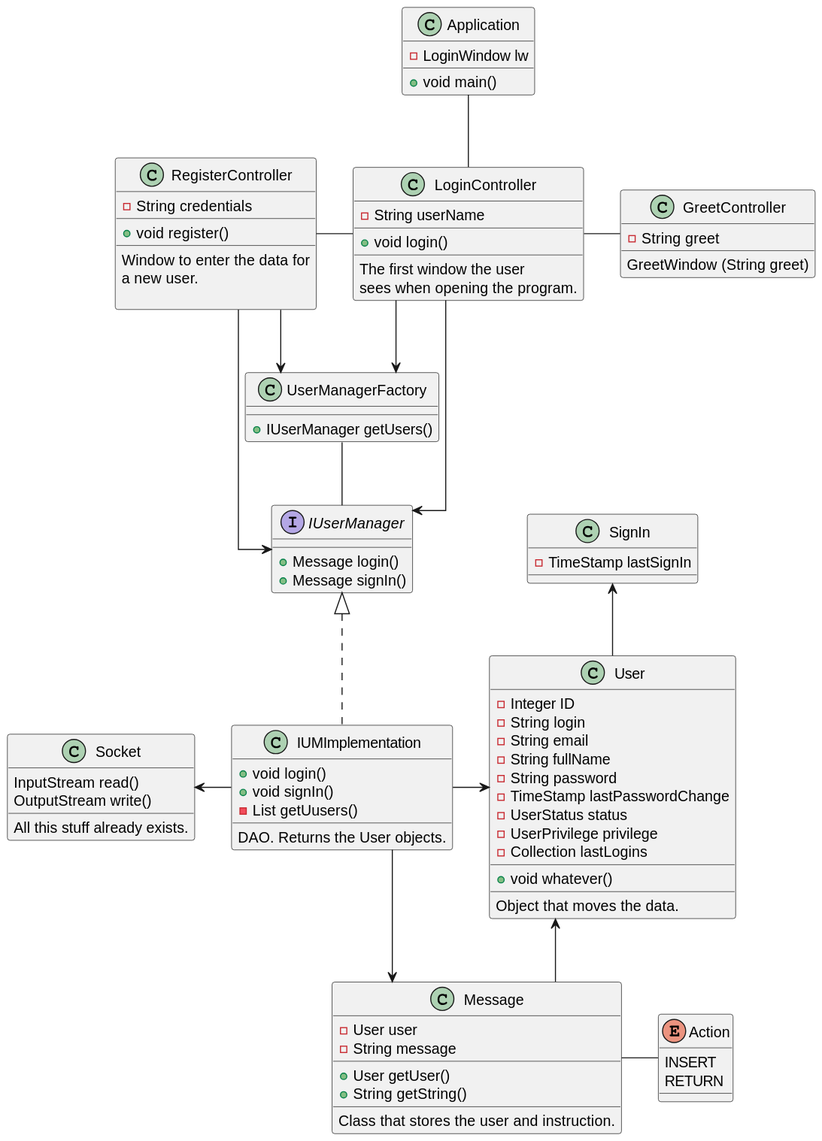
Earlier version of the PlantUML export uml/client.svg (optickx/ClientReto1).
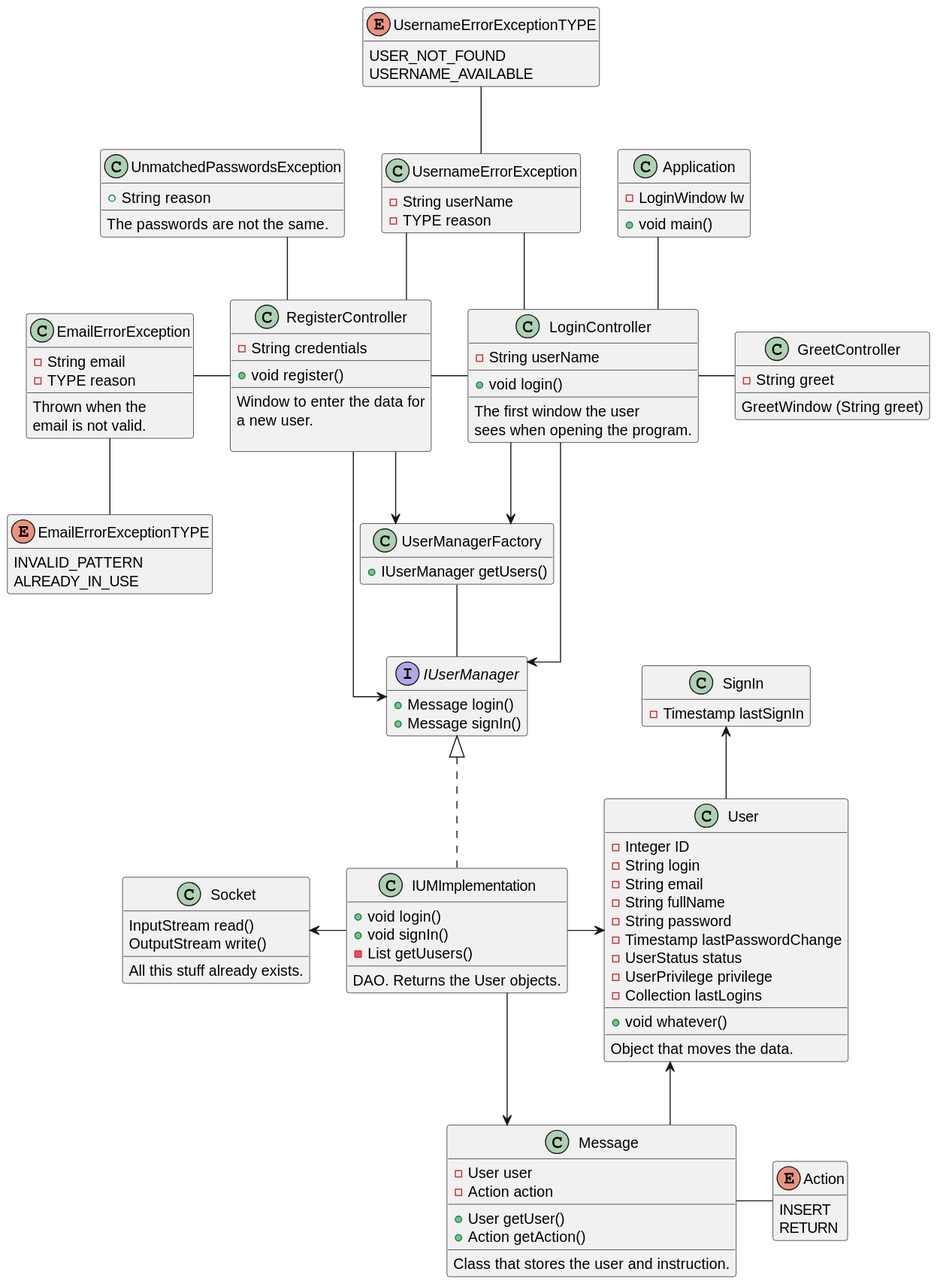
Above is the later version.

Commit message:
changes on diagram, new svg exported

The edit, as a diff of the source:
```diff
@@ -1,6 +1,8 @@
 @startuml client
 
 skinparam linetype ortho
+skinparam groupInheritance 5
+hide empty members
 
 class Application {
     -LoginWindow lw
@@ -29,7 +31,6 @@
     __
     GreetWindow (String greet)
 }
-
 interface IUserManager {
     +Message login()
     +Message signIn()
@@ -51,14 +52,13 @@
     __
     All this stuff already exists.
 }
-
 class User {
     -Integer ID
     -String login
     -String email
     -String fullName
     -String password
-    -TimeStamp lastPasswordChange
+    -Timestamp lastPasswordChange
     -UserStatus status
     -UserPrivilege privilege
     -Collection lastLogins
@@ -68,20 +68,48 @@
     Object that moves the data.
 }
 class SignIn {
-    -TimeStamp lastSignIn
+    -Timestamp lastSignIn
 }
 class Message {
     -User user
-    -String message
+    -Action action
     __
     +User getUser()
-    +String getString()
+    +Action getAction()
     __
     Class that stores the user and instruction.
 }
 enum Action {
     INSERT
     RETURN
+}
+
+class UnmatchedPasswordsException {
+    +String reason
+    __
+    The passwords are not the same.
+}
+
+
+class EmailErrorException {
+    -String email
+    -TYPE reason
+    __
+    Thrown when the
+    email is not valid.
+}
+enum EmailErrorExceptionTYPE {
+    INVALID_PATTERN
+    ALREADY_IN_USE
+}
+
+class UsernameErrorException {
+    -String userName
+    -TYPE reason
+}
+enum UsernameErrorExceptionTYPE {
+    USER_NOT_FOUND
+    USERNAME_AVAILABLE
 }
 
 
@@ -109,4 +137,11 @@
 User <-right- Message
 Action -left- Message
 
+EmailErrorException -right- RegisterController
+UnmatchedPasswordsException -- RegisterController
+UsernameErrorException -- RegisterController
+UsernameErrorException -- LoginController
+
+EmailErrorException -- EmailErrorExceptionTYPE
+UsernameErrorException -up- UsernameErrorExceptionTYPE
 @enduml
```
